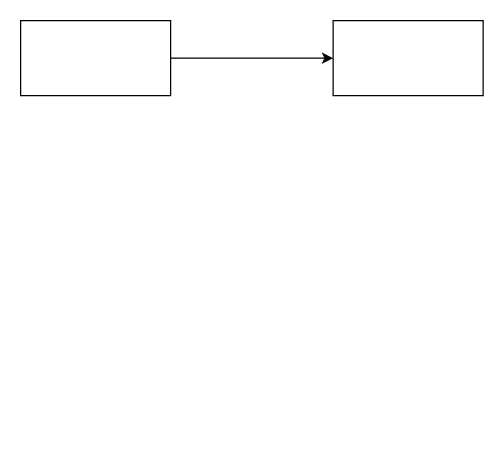
This is page "第 4 页" (8 of 9) of booming/Booming 104ppt-17.drawio from yrdimple/flowChart, a draw.io file, before an edit. Source tidied: cells renumbered, new cells numbered last; positions are measured from the earlier drawing's top-left corner, leaving out a move shared by most shapes. Both pictures are drawn from the tidied source at 125%, with x=0, y=0 at pixel (20, 20).
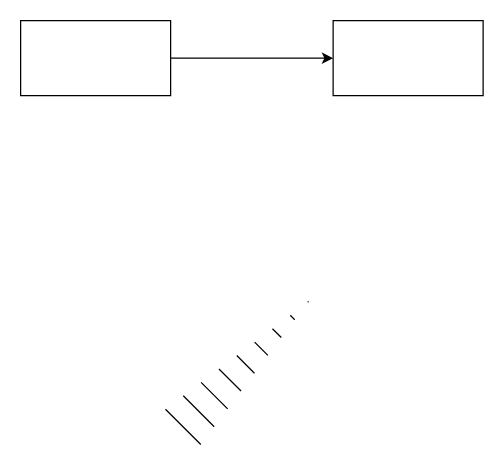
The same diagram, later.

The edit, as a diff of the source:
```diff
@@
 <mxGraphModel>
   <root>
     <mxCell id="0" />
     <mxCell id="1" parent="0" />
     <mxCell id="2" style="edgeStyle=orthogonalEdgeStyle;rounded=0;jettySize=auto;html=1;exitX=1;exitY=0.5;exitDx=0;exitDy=0;entryX=0;entryY=0.5;entryDx=0;entryDy=0;" parent="1" edge="1" source="3" target="4">
       <mxGeometry relative="1" as="geometry" />
     </mxCell>
     <mxCell id="3" style="rounded=0;whiteSpace=wrap;html=1;" parent="1" vertex="1">
       <mxGeometry width="120" height="60" as="geometry" />
     </mxCell>
     <mxCell id="4" style="rounded=0;whiteSpace=wrap;html=1;" parent="1" vertex="1">
       <mxGeometry x="250" width="120" height="60" as="geometry" />
     </mxCell>
+    <mxCell id="5" style="shape=mxgraph.arrows2.wedgeArrowDashed;html=1;rounded=0;" parent="1" edge="1">
+      <mxGeometry relative="1" as="geometry">
+        <mxPoint x="130" y="325" as="sourcePoint" />
+        <mxPoint x="230" y="225" as="targetPoint" />
+      </mxGeometry>
+    </mxCell>
   </root>
 </mxGraphModel>
```
